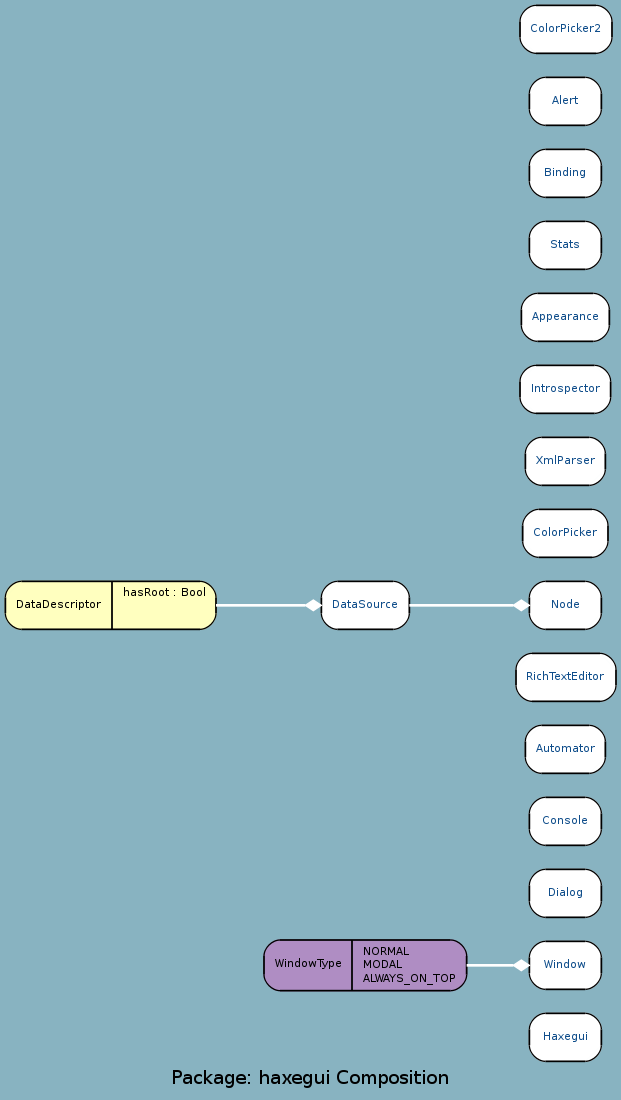
google-code-export/haxegui keeps this Graphviz diagram as docs/uml/haxegui_C.png. Above is the earlier version. Its source is kept beside it as docs/uml/haxegui_C.dot.
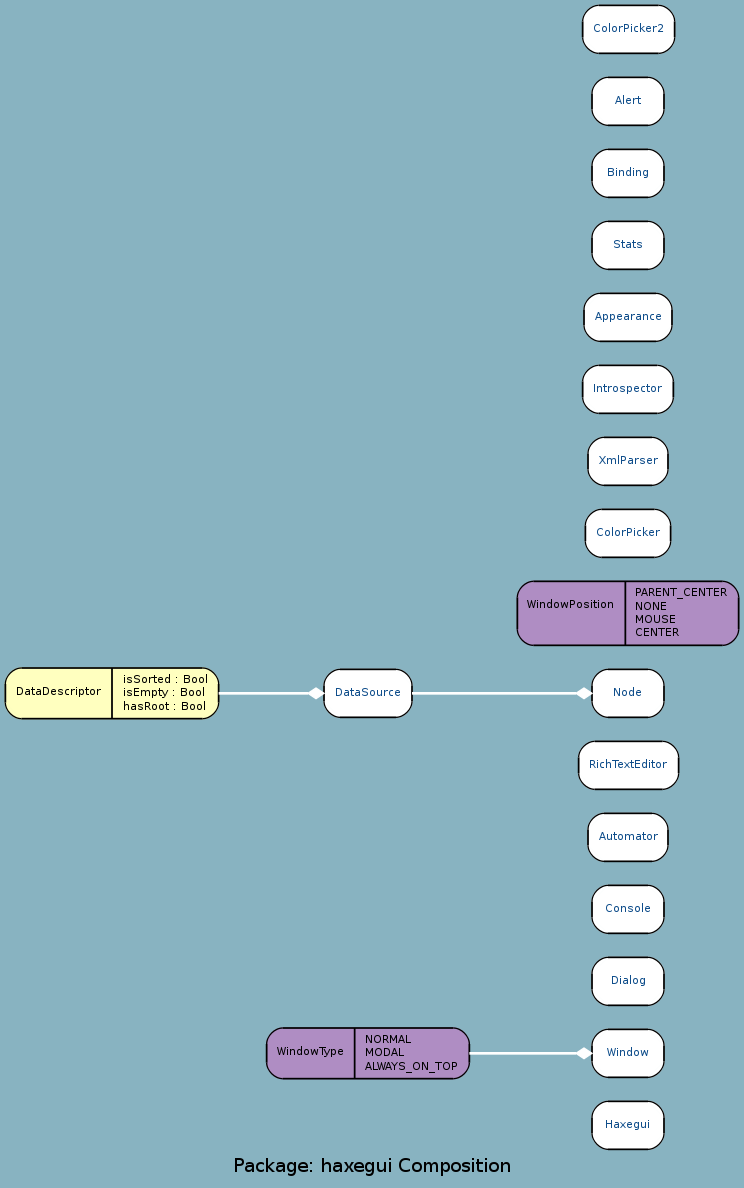
After the commit.

Diff of the diagram source:
```diff
@@ -2,27 +2,28 @@
 	graph [label="Package: haxegui Composition", ratio=compress, rankdir=RL, smoothing=avg_dist, overlap=false, fontname="DejaVu Sans Condenesed", fontsize=14, bgcolor="#88B3C1", fontcolor=black];
 	node [label="\N", fontname="DejaVu Sans Condenesed", fontsize=8, shape=record, color=black, fontcolor=black];
 	edge [fontname="DejaVu Sans Condenesed", fontsize=8, color=black, fontcolor=black];
-	graph [lp="229,12",
-		bb="0,0,458,817"];
-	"haxegui.Haxegui" [label="{\nHaxegui}", fontcolor="#104E8B", style="rounded,filled", fillcolor=white, URL="../types/haxegui/Haxegui.html", tooltip="\nHaxegui", pos="420,43", rects="393,25,447,61", width="0.75", height="0.50"];
-	"haxegui.Window" [label="{\nWindow}", fontcolor="#104E8B", style="rounded,filled", fillcolor=white, URL="../types/haxegui/Window.html", tooltip="\nWindow", pos="420,97", rects="393,79,447,115", width="0.75", height="0.50"];
-	"haxegui.WindowType" [label="{\nWindowType|NORMAL\lMODAL\lALWAYS_ON_TOP\l}", style="rounded,filled", fillcolor="#af8dc3", pos="270,97", rects="194,78,260,116 260,78,346,116", width="2.11", height="0.53"];
-	"haxegui.Dialog" [label="{\nDialog}", fontcolor="#104E8B", style="rounded,filled", fillcolor=white, URL="../types/haxegui/Dialog.html", tooltip="\nDialog", pos="420,151", rects="393,133,447,169", width="0.75", height="0.50"];
-	"haxegui.Console" [label="{\nConsole}", fontcolor="#104E8B", style="rounded,filled", fillcolor=white, URL="../types/haxegui/Console.html", tooltip="\nConsole", pos="420,205", rects="393,187,447,223", width="0.75", height="0.50"];
-	"haxegui.Automator" [label="{\nAutomator}", fontcolor="#104E8B", style="rounded,filled", fillcolor=white, URL="../types/haxegui/Automator.html", tooltip="\nAutomator", pos="420,259", rects="390,241,450,277", width="0.83", height="0.50"];
-	"haxegui.RichTextEditor" [label="{\nRichTextEditor}", fontcolor="#104E8B", style="rounded,filled", fillcolor=white, URL="../types/haxegui/RichTextEditor.html", tooltip="\nRichTextEditor", pos="420,313", rects="383,295,458,331", width="1.03", height="0.50"];
-	"haxegui.DataDescriptor" [label="{\nDataDescriptor|hasRoot : Bool\l}", style="rounded,filled", fillcolor="#ffffbf", pos="79,367", rects="0,349,80,385 80,349,158,385", width="2.19", height="0.50"];
-	"haxegui.DataSource" [label="{\nDataSource}", fontcolor="#104E8B", style="rounded,filled", fillcolor=white, URL="../types/haxegui/DataSource.html", tooltip="\nDataSource", pos="270,367", rects="237,349,303,385", width="0.92", height="0.50"];
-	"haxegui.ColorPicker" [label="{\nColorPicker}", fontcolor="#104E8B", style="rounded,filled", fillcolor=white, URL="../types/haxegui/ColorPicker.html", tooltip="\nColorPicker", pos="420,421", rects="388,403,452,439", width="0.89", height="0.50"];
-	"haxegui.XmlParser" [label="{\nXmlParser}", fontcolor="#104E8B", style="rounded,filled", fillcolor=white, URL="../types/haxegui/XmlParser.html", tooltip="\nXmlParser", pos="420,475", rects="390,457,450,493", width="0.83", height="0.50"];
-	"haxegui.Node" [label="{\nNode}", fontcolor="#104E8B", style="rounded,filled", fillcolor=white, URL="../types/haxegui/Node.html", tooltip="\nNode", pos="420,367", rects="393,349,447,385", width="0.75", height="0.50"];
-	"haxegui.Introspector" [label="{\nIntrospector}", fontcolor="#104E8B", style="rounded,filled", fillcolor=white, URL="../types/haxegui/Introspector.html", tooltip="\nIntrospector", pos="420,529", rects="386,511,454,547", width="0.94", height="0.50"];
-	"haxegui.Appearance" [label="{\nAppearance}", fontcolor="#104E8B", style="rounded,filled", fillcolor=white, URL="../types/haxegui/Appearance.html", tooltip="\nAppearance", pos="420,583", rects="387,565,453,601", width="0.92", height="0.50"];
-	"haxegui.Stats" [label="{\nStats}", fontcolor="#104E8B", style="rounded,filled", fillcolor=white, URL="../types/haxegui/Stats.html", tooltip="\nStats", pos="420,637", rects="393,619,447,655", width="0.75", height="0.50"];
-	"haxegui.Binding" [label="{\nBinding}", fontcolor="#104E8B", style="rounded,filled", fillcolor=white, URL="../types/haxegui/Binding.html", tooltip="\nBinding", pos="420,691", rects="393,673,447,709", width="0.75", height="0.50"];
-	"haxegui.Alert" [label="{\nAlert}", fontcolor="#104E8B", style="rounded,filled", fillcolor=white, URL="../types/haxegui/Alert.html", tooltip="\nAlert", pos="420,745", rects="393,727,447,763", width="0.75", height="0.50"];
-	"haxegui.ColorPicker2" [label="{\nColorPicker2}", fontcolor="#104E8B", style="rounded,filled", fillcolor=white, URL="../types/haxegui/ColorPicker2.html", tooltip="\nColorPicker2", pos="420,799", rects="386,781,455,817", width="0.94", height="0.50"];
-	"haxegui.Window" -> "haxegui.WindowType" [color=white, style=bold, arrowhead=none, arrowtail=diamond, arrowsize=1, pos="s,393,97 381,97 370,97 358,97 346,97"];
-	"haxegui.DataSource" -> "haxegui.DataDescriptor" [color=white, style=bold, arrowhead=none, arrowtail=diamond, arrowsize=1, pos="s,237,367 225,367 205,367 181,367 158,367"];
-	"haxegui.Node" -> "haxegui.DataSource" [color=white, style=bold, arrowhead=none, arrowtail=diamond, arrowsize=1, pos="s,393,367 381,367 357,367 326,367 303,367"];
+	graph [lp="275,12",
+		bb="0,0,550,883"];
+	"haxegui.Haxegui" [label="{\nHaxegui}", fontcolor="#104E8B", style="rounded,filled", fillcolor=white, URL="../types/haxegui/Haxegui.html", tooltip="\nHaxegui", pos="467,43", rects="440,25,494,61", width="0.75", height="0.50"];
+	"haxegui.Window" [label="{\nWindow}", fontcolor="#104E8B", style="rounded,filled", fillcolor=white, URL="../types/haxegui/Window.html", tooltip="\nWindow", pos="467,97", rects="440,79,494,115", width="0.75", height="0.50"];
+	"haxegui.WindowType" [label="{\nWindowType|NORMAL\lMODAL\lALWAYS_ON_TOP\l}", style="rounded,filled", fillcolor="#af8dc3", pos="272,97", rects="196,78,262,116 262,78,348,116", width="2.11", height="0.53"];
+	"haxegui.Dialog" [label="{\nDialog}", fontcolor="#104E8B", style="rounded,filled", fillcolor=white, URL="../types/haxegui/Dialog.html", tooltip="\nDialog", pos="467,151", rects="440,133,494,169", width="0.75", height="0.50"];
+	"haxegui.Console" [label="{\nConsole}", fontcolor="#104E8B", style="rounded,filled", fillcolor=white, URL="../types/haxegui/Console.html", tooltip="\nConsole", pos="467,205", rects="440,187,494,223", width="0.75", height="0.50"];
+	"haxegui.Automator" [label="{\nAutomator}", fontcolor="#104E8B", style="rounded,filled", fillcolor=white, URL="../types/haxegui/Automator.html", tooltip="\nAutomator", pos="467,259", rects="437,241,497,277", width="0.83", height="0.50"];
+	"haxegui.RichTextEditor" [label="{\nRichTextEditor}", fontcolor="#104E8B", style="rounded,filled", fillcolor=white, URL="../types/haxegui/RichTextEditor.html", tooltip="\nRichTextEditor", pos="467,313", rects="430,295,505,331", width="1.03", height="0.50"];
+	"haxegui.DataDescriptor" [label="{\nDataDescriptor|isSorted : Bool\lisEmpty : Bool\lhasRoot : Bool\l}", style="rounded,filled", fillcolor="#ffffbf", pos="80,367", rects="0,348,80,386 80,348,160,386", width="2.22", height="0.53"];
+	"haxegui.DataSource" [label="{\nDataSource}", fontcolor="#104E8B", style="rounded,filled", fillcolor=white, URL="../types/haxegui/DataSource.html", tooltip="\nDataSource", pos="272,367", rects="239,349,305,385", width="0.92", height="0.50"];
+	"haxegui.WindowPosition" [label="{\nWindowPosition|PARENT_CENTER\lNONE\lMOUSE\lCENTER\l}", style="rounded,filled", fillcolor="#af8dc3", pos="467,427", rects="384,403,465,451 465,403,550,451", width="2.31", height="0.67"];
+	"haxegui.ColorPicker" [label="{\nColorPicker}", fontcolor="#104E8B", style="rounded,filled", fillcolor=white, URL="../types/haxegui/ColorPicker.html", tooltip="\nColorPicker", pos="467,487", rects="435,469,499,505", width="0.89", height="0.50"];
+	"haxegui.XmlParser" [label="{\nXmlParser}", fontcolor="#104E8B", style="rounded,filled", fillcolor=white, URL="../types/haxegui/XmlParser.html", tooltip="\nXmlParser", pos="467,541", rects="437,523,497,559", width="0.83", height="0.50"];
+	"haxegui.Node" [label="{\nNode}", fontcolor="#104E8B", style="rounded,filled", fillcolor=white, URL="../types/haxegui/Node.html", tooltip="\nNode", pos="467,367", rects="440,349,494,385", width="0.75", height="0.50"];
+	"haxegui.Introspector" [label="{\nIntrospector}", fontcolor="#104E8B", style="rounded,filled", fillcolor=white, URL="../types/haxegui/Introspector.html", tooltip="\nIntrospector", pos="467,595", rects="433,577,501,613", width="0.94", height="0.50"];
+	"haxegui.Appearance" [label="{\nAppearance}", fontcolor="#104E8B", style="rounded,filled", fillcolor=white, URL="../types/haxegui/Appearance.html", tooltip="\nAppearance", pos="467,649", rects="434,631,500,667", width="0.92", height="0.50"];
+	"haxegui.Stats" [label="{\nStats}", fontcolor="#104E8B", style="rounded,filled", fillcolor=white, URL="../types/haxegui/Stats.html", tooltip="\nStats", pos="467,703", rects="440,685,494,721", width="0.75", height="0.50"];
+	"haxegui.Binding" [label="{\nBinding}", fontcolor="#104E8B", style="rounded,filled", fillcolor=white, URL="../types/haxegui/Binding.html", tooltip="\nBinding", pos="467,757", rects="440,739,494,775", width="0.75", height="0.50"];
+	"haxegui.Alert" [label="{\nAlert}", fontcolor="#104E8B", style="rounded,filled", fillcolor=white, URL="../types/haxegui/Alert.html", tooltip="\nAlert", pos="467,811", rects="440,793,494,829", width="0.75", height="0.50"];
+	"haxegui.ColorPicker2" [label="{\nColorPicker2}", fontcolor="#104E8B", style="rounded,filled", fillcolor=white, URL="../types/haxegui/ColorPicker2.html", tooltip="\nColorPicker2", pos="467,865", rects="433,847,502,883", width="0.94", height="0.50"];
+	"haxegui.Window" -> "haxegui.WindowType" [color=white, style=bold, arrowhead=none, arrowtail=diamond, arrowsize=1, pos="s,440,97 428,97 405,97 376,97 348,97"];
+	"haxegui.DataSource" -> "haxegui.DataDescriptor" [color=white, style=bold, arrowhead=none, arrowtail=diamond, arrowsize=1, pos="s,239,367 227,367 207,367 183,367 160,367"];
+	"haxegui.Node" -> "haxegui.DataSource" [color=white, style=bold, arrowhead=none, arrowtail=diamond, arrowsize=1, pos="s,440,367 428,367 391,367 339,367 305,367"];
 }
```
